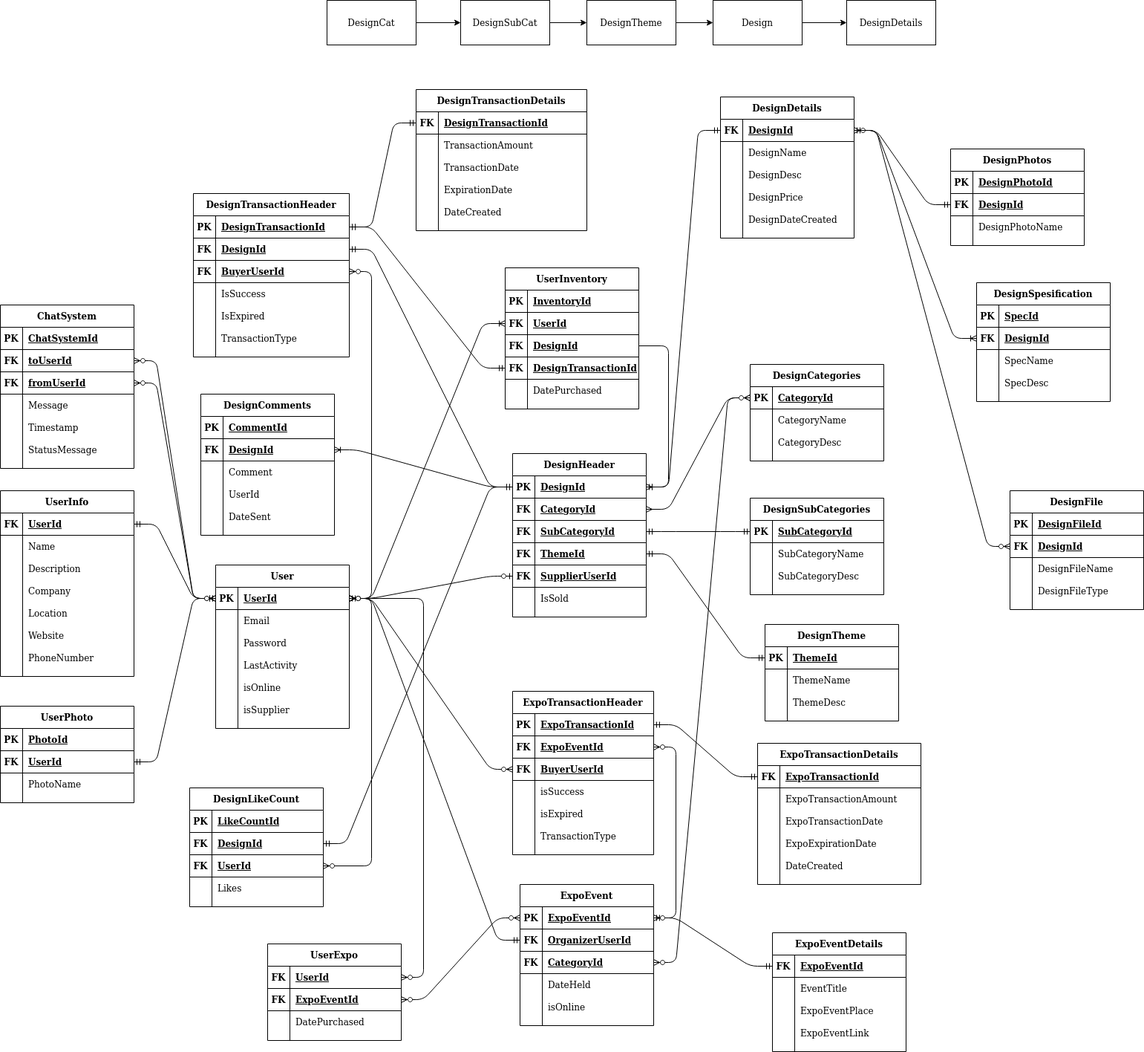
Earlier version of the draw.io export belidesain-db/cari_desain.png (felixfilipi/belidesain.com). Source tidied: cells renumbered, new cells last; positions are measured from the earlier drawing's top-left corner, leaving out a move shared by most shapes.
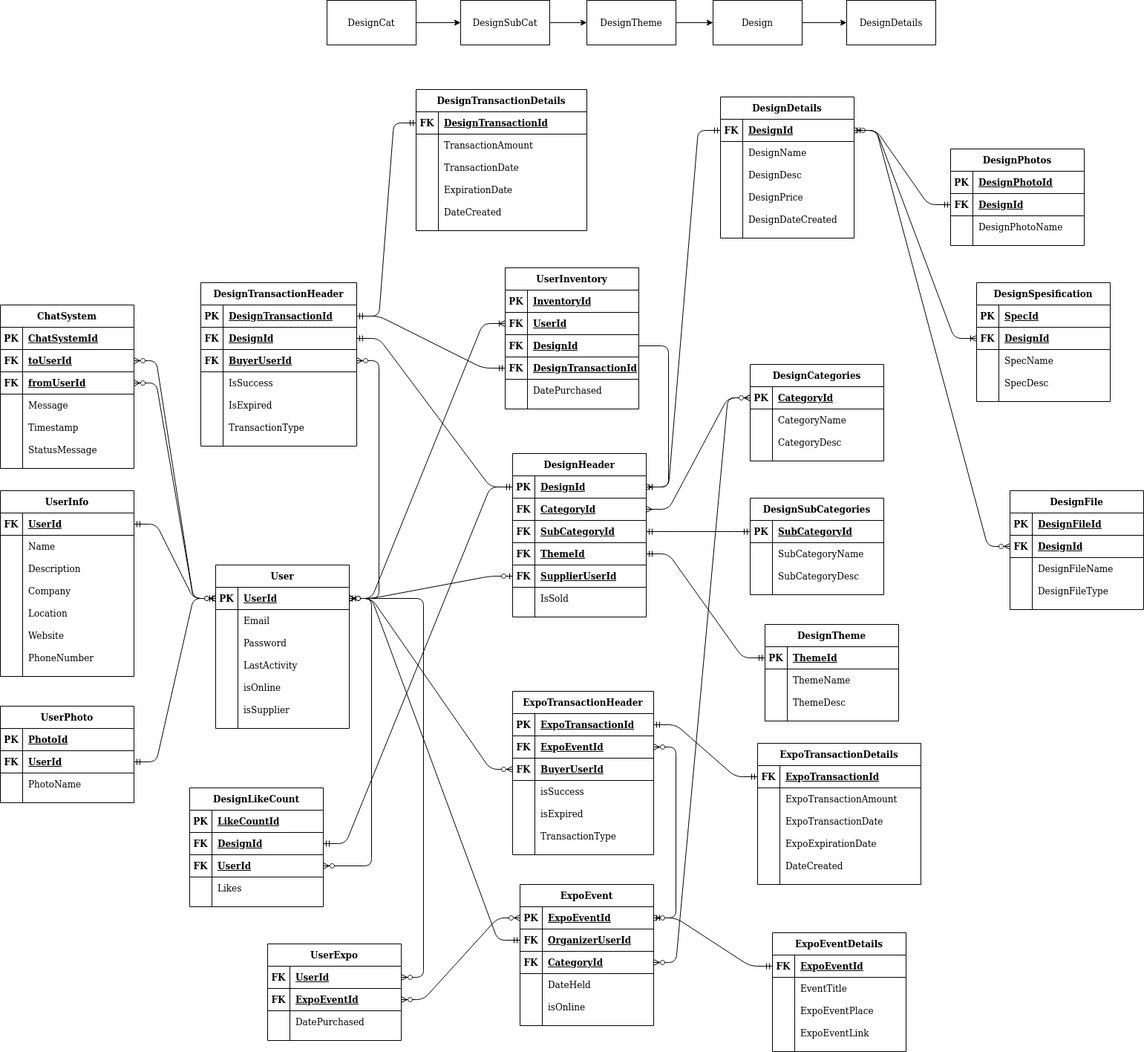
The same file after the commit.

Commit message:
delete table DesignComments

What changed in the source:
```diff
@@ -162,7 +162,7 @@
       <mxGeometry relative="1" as="geometry" />
     </mxCell>
     <mxCell id="55" value="DesignTransactionHeader" style="shape=table;startSize=30;rowLines=0;fontStyle=1;align=center;" parent="1" vertex="1">
-      <mxGeometry x="260" y="260" width="210" height="220" as="geometry" />
+      <mxGeometry x="270" y="380" width="210" height="220" as="geometry" />
     </mxCell>
     <mxCell id="56" style="shape=partialRectangle;fillColor=none;top=0;left=0;bottom=1;right=0;points=[[0,0.5],[1,0.5]];portConstraint=eastwest;" parent="55" vertex="1">
       <mxGeometry y="30" width="210" height="30" as="geometry" />
@@ -614,57 +614,6 @@
     <mxCell id="205" style="edgeStyle=entityRelationEdgeStyle;fontSize=12;html=1;endArrow=ERmandOne;startArrow=ERmandOne;" parent="1" edge="1" source="94" target="189">
       <mxGeometry relative="1" as="geometry" />
     </mxCell>
-    <mxCell id="206" value="DesignComments" style="shape=table;startSize=30;rowLines=0;fontStyle=1;align=center;" parent="1" vertex="1">
-      <mxGeometry x="270" y="530" width="180" height="190" as="geometry" />
-    </mxCell>
-    <mxCell id="207" style="shape=partialRectangle;fillColor=none;top=0;left=0;bottom=1;right=0;" parent="206" vertex="1">
-      <mxGeometry y="30" width="180" height="30" as="geometry" />
-    </mxCell>
-    <mxCell id="208" value="PK" style="shape=partialRectangle;fillColor=none;top=0;left=0;bottom=0;right=0;fontStyle=1;overflow=hidden;" parent="207" vertex="1">
-      <mxGeometry width="30" height="30" as="geometry" />
-    </mxCell>
-    <mxCell id="209" value="CommentId" style="shape=partialRectangle;fillColor=none;top=0;left=0;bottom=0;right=0;align=left;spacingLeft=6;fontStyle=5;overflow=hidden;" parent="207" vertex="1">
-      <mxGeometry x="30" width="150" height="30" as="geometry" />
-    </mxCell>
-    <mxCell id="210" style="shape=partialRectangle;fillColor=none;top=0;left=0;bottom=1;right=0;points=[[0,0.5],[1,0.5]];portConstraint=eastwest;" parent="206" vertex="1">
-      <mxGeometry y="60" width="180" height="30" as="geometry" />
-    </mxCell>
-    <mxCell id="211" value="FK" style="shape=partialRectangle;fillColor=none;top=0;left=0;bottom=0;right=0;fontStyle=1;overflow=hidden;" parent="210" vertex="1">
-      <mxGeometry width="30" height="30" as="geometry" />
-    </mxCell>
-    <mxCell id="212" value="DesignId" style="shape=partialRectangle;fillColor=none;top=0;left=0;bottom=0;right=0;align=left;spacingLeft=6;fontStyle=5;overflow=hidden;" parent="210" vertex="1">
-      <mxGeometry x="30" width="150" height="30" as="geometry" />
-    </mxCell>
-    <mxCell id="213" style="shape=partialRectangle;fillColor=none;top=0;left=0;bottom=0;right=0;" parent="206" vertex="1">
-      <mxGeometry y="90" width="180" height="30" as="geometry" />
-    </mxCell>
-    <mxCell id="214" style="shape=partialRectangle;fillColor=none;top=0;left=0;bottom=0;right=0;overflow=hidden;" parent="213" vertex="1">
-      <mxGeometry width="30" height="30" as="geometry" />
-    </mxCell>
-    <mxCell id="215" value="Comment" style="shape=partialRectangle;fillColor=none;top=0;left=0;bottom=0;right=0;align=left;spacingLeft=6;overflow=hidden;" parent="213" vertex="1">
-      <mxGeometry x="30" width="150" height="30" as="geometry" />
-    </mxCell>
-    <mxCell id="216" style="shape=partialRectangle;fillColor=none;top=0;left=0;bottom=0;right=0;" parent="206" vertex="1">
-      <mxGeometry y="120" width="180" height="30" as="geometry" />
-    </mxCell>
-    <mxCell id="217" style="shape=partialRectangle;fillColor=none;top=0;left=0;bottom=0;right=0;overflow=hidden;" parent="216" vertex="1">
-      <mxGeometry width="30" height="30" as="geometry" />
-    </mxCell>
-    <mxCell id="218" value="UserId" style="shape=partialRectangle;fillColor=none;top=0;left=0;bottom=0;right=0;align=left;spacingLeft=6;overflow=hidden;" parent="216" vertex="1">
-      <mxGeometry x="30" width="150" height="30" as="geometry" />
-    </mxCell>
-    <mxCell id="219" style="shape=partialRectangle;fillColor=none;top=0;left=0;bottom=0;right=0;" parent="206" vertex="1">
-      <mxGeometry y="150" width="180" height="30" as="geometry" />
-    </mxCell>
-    <mxCell id="220" style="shape=partialRectangle;fillColor=none;top=0;left=0;bottom=0;right=0;overflow=hidden;" parent="219" vertex="1">
-      <mxGeometry width="30" height="30" as="geometry" />
-    </mxCell>
-    <mxCell id="221" value="DateSent" style="shape=partialRectangle;fillColor=none;top=0;left=0;bottom=0;right=0;align=left;spacingLeft=6;overflow=hidden;" parent="219" vertex="1">
-      <mxGeometry x="30" width="150" height="30" as="geometry" />
-    </mxCell>
-    <mxCell id="222" style="edgeStyle=entityRelationEdgeStyle;fontSize=12;html=1;endArrow=ERoneToMany;" parent="1" edge="1" source="85" target="210">
-      <mxGeometry relative="1" as="geometry" />
-    </mxCell>
     <mxCell id="223" value="UserInventory" style="shape=table;startSize=30;rowLines=0;fontStyle=1;align=center;" parent="1" vertex="1">
       <mxGeometry x="680" y="360" width="180" height="190" as="geometry" />
     </mxCell>
```
